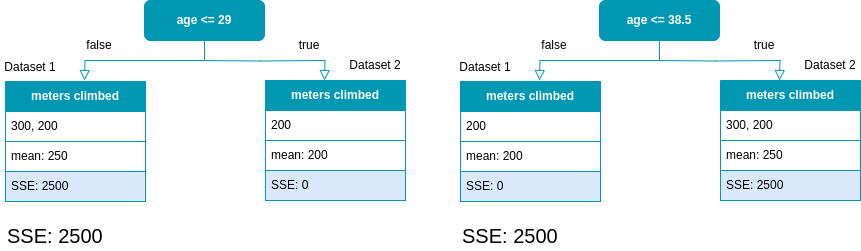
The draw.io diagram static/images/decision_tree/dt_regression_third_split.drawio.png in froukje/datamapu, before a commit. Source tidied: cells renumbered, new cells last; positions are measured from the earlier drawing's top-left corner, leaving out a move shared by most shapes. The source it was exported from:
```xml
<mxGraphModel>
  <root>
    <mxCell id="0" />
    <mxCell id="1" parent="0" />
    <mxCell id="2" style="rounded=0;html=1;jettySize=auto;fontSize=11;endArrow=block;endFill=0;endSize=8;strokeWidth=1;shadow=0;labelBackgroundColor=none;edgeStyle=orthogonalEdgeStyle;entryX=0.5;entryY=0;entryDx=0;entryDy=0;exitX=0.5;exitY=1;exitDx=0;exitDy=0;strokeColor=#0097B2;" parent="1" edge="1" source="3">
      <mxGeometry relative="1" as="geometry">
        <mxPoint x="84" y="80" as="targetPoint" />
      </mxGeometry>
    </mxCell>
    <mxCell id="3" value="&lt;font color=&quot;#ffffff&quot;&gt;&lt;b&gt;age &amp;lt;= 29&lt;/b&gt;&lt;/font&gt;" style="rounded=1;whiteSpace=wrap;html=1;fontSize=12;glass=0;strokeWidth=1;shadow=0;fillColor=#0097B2;strokeColor=#0097B2;" parent="1" vertex="1">
      <mxGeometry x="144" width="120" height="40" as="geometry" />
    </mxCell>
    <mxCell id="4" value="&lt;font color=&quot;#ffffff&quot;&gt;&lt;b&gt;meters climbed&lt;/b&gt;&lt;/font&gt;" style="swimlane;fontStyle=0;horizontal=1;startSize=30;whiteSpace=wrap;html=1;fillColor=#0097B2;strokeColor=#0097B2;" parent="1" vertex="1">
      <mxGeometry x="5" y="81" width="140" height="120" as="geometry" />
    </mxCell>
    <mxCell id="5" value="300, 200" style="text;strokeColor=#0097B2;fillColor=default;align=left;verticalAlign=middle;spacingLeft=4;spacingRight=4;overflow=hidden;whiteSpace=wrap;html=1;labelBackgroundColor=none;" parent="4" vertex="1">
      <mxGeometry y="30" width="140" height="30" as="geometry" />
    </mxCell>
    <mxCell id="6" value="mean: 250" style="text;strokeColor=#0097B2;fillColor=default;align=left;verticalAlign=middle;spacingLeft=4;spacingRight=4;overflow=hidden;whiteSpace=wrap;html=1;labelBorderColor=none;labelBackgroundColor=none;" parent="4" vertex="1">
      <mxGeometry y="60" width="140" height="30" as="geometry" />
    </mxCell>
    <mxCell id="7" value="SSE: 2500" style="text;strokeColor=#0097B2;fillColor=#dae8fc;align=left;verticalAlign=middle;spacingLeft=4;spacingRight=4;overflow=hidden;whiteSpace=wrap;html=1;" parent="4" vertex="1">
      <mxGeometry y="90" width="140" height="30" as="geometry" />
    </mxCell>
    <mxCell id="8" style="rounded=0;html=1;jettySize=auto;orthogonalLoop=1;fontSize=11;endArrow=block;endFill=0;endSize=8;strokeWidth=1;shadow=0;labelBackgroundColor=none;edgeStyle=orthogonalEdgeStyle;entryX=0.5;entryY=0;entryDx=0;entryDy=0;strokeColor=#0097B2;" parent="1" edge="1">
      <mxGeometry relative="1" as="geometry">
        <mxPoint x="195" y="60" as="sourcePoint" />
        <mxPoint x="324" y="80" as="targetPoint" />
      </mxGeometry>
    </mxCell>
    <mxCell id="9" value="Dataset 2" style="text;html=1;strokeColor=none;fillColor=none;align=center;verticalAlign=middle;whiteSpace=wrap;rounded=0;" parent="1" vertex="1">
      <mxGeometry x="345" y="50" width="60" height="30" as="geometry" />
    </mxCell>
    <mxCell id="10" value="true" style="text;html=1;strokeColor=none;fillColor=none;align=center;verticalAlign=middle;whiteSpace=wrap;rounded=0;" parent="1" vertex="1">
      <mxGeometry x="279" y="30" width="60" height="30" as="geometry" />
    </mxCell>
    <mxCell id="11" value="&lt;font color=&quot;#ffffff&quot;&gt;&lt;b&gt;meters climbed&lt;/b&gt;&lt;/font&gt;" style="swimlane;fontStyle=0;horizontal=1;startSize=30;whiteSpace=wrap;html=1;fillColor=#0097B2;strokeColor=#0097B2;" parent="1" vertex="1">
      <mxGeometry x="265" y="80" width="140" height="120" as="geometry" />
    </mxCell>
    <mxCell id="12" value="200" style="text;strokeColor=#0097B2;fillColor=default;align=left;verticalAlign=middle;spacingLeft=4;spacingRight=4;overflow=hidden;whiteSpace=wrap;html=1;labelBackgroundColor=none;" parent="11" vertex="1">
      <mxGeometry y="30" width="140" height="30" as="geometry" />
    </mxCell>
    <mxCell id="13" value="mean: 200" style="text;strokeColor=#0097B2;fillColor=default;align=left;verticalAlign=middle;spacingLeft=4;spacingRight=4;overflow=hidden;whiteSpace=wrap;html=1;labelBorderColor=none;labelBackgroundColor=none;" parent="11" vertex="1">
      <mxGeometry y="60" width="140" height="30" as="geometry" />
    </mxCell>
    <mxCell id="14" value="SSE: 0" style="text;strokeColor=#0097B2;fillColor=#dae8fc;align=left;verticalAlign=middle;spacingLeft=4;spacingRight=4;overflow=hidden;whiteSpace=wrap;html=1;" parent="11" vertex="1">
      <mxGeometry y="90" width="140" height="30" as="geometry" />
    </mxCell>
    <mxCell id="15" value="false" style="text;html=1;strokeColor=none;fillColor=none;align=center;verticalAlign=middle;whiteSpace=wrap;rounded=0;" parent="1" vertex="1">
      <mxGeometry x="69" y="30" width="60" height="30" as="geometry" />
    </mxCell>
    <mxCell id="16" value="Dataset 1" style="text;html=1;strokeColor=none;fillColor=none;align=center;verticalAlign=middle;whiteSpace=wrap;rounded=0;" parent="1" vertex="1">
      <mxGeometry y="52" width="60" height="30" as="geometry" />
    </mxCell>
    <mxCell id="17" value="SSE: 2500" style="text;html=1;strokeColor=none;fillColor=none;align=left;verticalAlign=middle;whiteSpace=wrap;rounded=0;fontSize=20;" parent="1" vertex="1">
      <mxGeometry x="5" y="220" width="240" height="30" as="geometry" />
    </mxCell>
    <mxCell id="18" style="rounded=0;html=1;jettySize=auto;fontSize=11;endArrow=block;endFill=0;endSize=8;strokeWidth=1;shadow=0;labelBackgroundColor=none;edgeStyle=orthogonalEdgeStyle;entryX=0.5;entryY=0;entryDx=0;entryDy=0;exitX=0.5;exitY=1;exitDx=0;exitDy=0;strokeColor=#0097B2;" parent="1" edge="1" source="19">
      <mxGeometry relative="1" as="geometry">
        <mxPoint x="539" y="80" as="targetPoint" />
      </mxGeometry>
    </mxCell>
    <mxCell id="19" value="&lt;font color=&quot;#ffffff&quot;&gt;&lt;b&gt;age &amp;lt;= 38.5&lt;/b&gt;&lt;/font&gt;" style="rounded=1;whiteSpace=wrap;html=1;fontSize=12;glass=0;strokeWidth=1;shadow=0;fillColor=#0097B2;strokeColor=#0097B2;" parent="1" vertex="1">
      <mxGeometry x="599" width="120" height="40" as="geometry" />
    </mxCell>
    <mxCell id="20" value="&lt;font color=&quot;#ffffff&quot;&gt;&lt;b&gt;meters climbed&lt;/b&gt;&lt;/font&gt;" style="swimlane;fontStyle=0;horizontal=1;startSize=30;whiteSpace=wrap;html=1;fillColor=#0097B2;strokeColor=#0097B2;" parent="1" vertex="1">
      <mxGeometry x="460" y="81" width="140" height="120" as="geometry" />
    </mxCell>
    <mxCell id="21" value="200" style="text;strokeColor=#0097B2;fillColor=default;align=left;verticalAlign=middle;spacingLeft=4;spacingRight=4;overflow=hidden;whiteSpace=wrap;html=1;labelBackgroundColor=none;" parent="20" vertex="1">
      <mxGeometry y="30" width="140" height="30" as="geometry" />
    </mxCell>
    <mxCell id="22" value="mean: 200" style="text;strokeColor=#0097B2;fillColor=default;align=left;verticalAlign=middle;spacingLeft=4;spacingRight=4;overflow=hidden;whiteSpace=wrap;html=1;labelBorderColor=none;labelBackgroundColor=none;" parent="20" vertex="1">
      <mxGeometry y="60" width="140" height="30" as="geometry" />
    </mxCell>
    <mxCell id="23" value="SSE: 0" style="text;strokeColor=#0097B2;fillColor=#dae8fc;align=left;verticalAlign=middle;spacingLeft=4;spacingRight=4;overflow=hidden;whiteSpace=wrap;html=1;" parent="20" vertex="1">
      <mxGeometry y="90" width="140" height="30" as="geometry" />
    </mxCell>
    <mxCell id="24" style="rounded=0;html=1;jettySize=auto;orthogonalLoop=1;fontSize=11;endArrow=block;endFill=0;endSize=8;strokeWidth=1;shadow=0;labelBackgroundColor=none;edgeStyle=orthogonalEdgeStyle;entryX=0.5;entryY=0;entryDx=0;entryDy=0;strokeColor=#0097B2;" parent="1" edge="1">
      <mxGeometry relative="1" as="geometry">
        <mxPoint x="650" y="60" as="sourcePoint" />
        <mxPoint x="779" y="80" as="targetPoint" />
      </mxGeometry>
    </mxCell>
    <mxCell id="25" value="Dataset 2" style="text;html=1;strokeColor=none;fillColor=none;align=center;verticalAlign=middle;whiteSpace=wrap;rounded=0;" parent="1" vertex="1">
      <mxGeometry x="800" y="50" width="60" height="30" as="geometry" />
    </mxCell>
    <mxCell id="26" value="true" style="text;html=1;strokeColor=none;fillColor=none;align=center;verticalAlign=middle;whiteSpace=wrap;rounded=0;" parent="1" vertex="1">
      <mxGeometry x="734" y="30" width="60" height="30" as="geometry" />
    </mxCell>
    <mxCell id="27" value="&lt;font color=&quot;#ffffff&quot;&gt;&lt;b&gt;meters climbed&lt;/b&gt;&lt;/font&gt;" style="swimlane;fontStyle=0;horizontal=1;startSize=30;whiteSpace=wrap;html=1;fillColor=#0097B2;strokeColor=#0097B2;" parent="1" vertex="1">
      <mxGeometry x="720" y="80" width="140" height="120" as="geometry" />
    </mxCell>
    <mxCell id="28" value="300, 200" style="text;strokeColor=#0097B2;fillColor=default;align=left;verticalAlign=middle;spacingLeft=4;spacingRight=4;overflow=hidden;whiteSpace=wrap;html=1;labelBackgroundColor=none;" parent="27" vertex="1">
      <mxGeometry y="30" width="140" height="30" as="geometry" />
    </mxCell>
    <mxCell id="29" value="mean: 250" style="text;strokeColor=#0097B2;fillColor=default;align=left;verticalAlign=middle;spacingLeft=4;spacingRight=4;overflow=hidden;whiteSpace=wrap;html=1;labelBorderColor=none;labelBackgroundColor=none;" parent="27" vertex="1">
      <mxGeometry y="60" width="140" height="30" as="geometry" />
    </mxCell>
    <mxCell id="30" value="SSE: 2500" style="text;strokeColor=#0097B2;fillColor=#dae8fc;align=left;verticalAlign=middle;spacingLeft=4;spacingRight=4;overflow=hidden;whiteSpace=wrap;html=1;" parent="27" vertex="1">
      <mxGeometry y="90" width="140" height="30" as="geometry" />
    </mxCell>
    <mxCell id="31" value="false" style="text;html=1;strokeColor=none;fillColor=none;align=center;verticalAlign=middle;whiteSpace=wrap;rounded=0;" parent="1" vertex="1">
      <mxGeometry x="524" y="30" width="60" height="30" as="geometry" />
    </mxCell>
    <mxCell id="32" value="Dataset 1" style="text;html=1;strokeColor=none;fillColor=none;align=center;verticalAlign=middle;whiteSpace=wrap;rounded=0;" parent="1" vertex="1">
      <mxGeometry x="455" y="52" width="60" height="30" as="geometry" />
    </mxCell>
    <mxCell id="33" value="SSE: 2500" style="text;html=1;strokeColor=none;fillColor=none;align=left;verticalAlign=middle;whiteSpace=wrap;rounded=0;fontSize=20;" parent="1" vertex="1">
      <mxGeometry x="460" y="220" width="240" height="30" as="geometry" />
    </mxCell>
  </root>
</mxGraphModel>
```
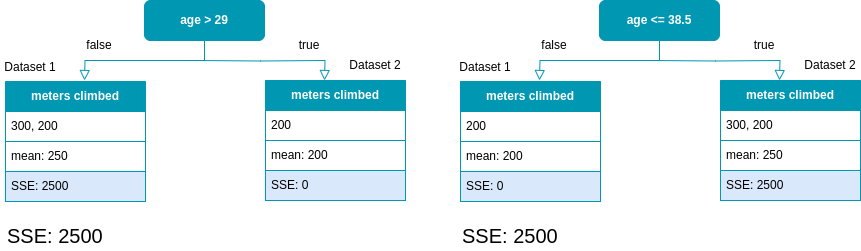
After the change.

What changed in the source:
```diff
@@ -7,7 +7,7 @@
         <mxPoint x="84" y="80" as="targetPoint" />
       </mxGeometry>
     </mxCell>
-    <mxCell id="3" value="&lt;font color=&quot;#ffffff&quot;&gt;&lt;b&gt;age &amp;lt;= 29&lt;/b&gt;&lt;/font&gt;" style="rounded=1;whiteSpace=wrap;html=1;fontSize=12;glass=0;strokeWidth=1;shadow=0;fillColor=#0097B2;strokeColor=#0097B2;" parent="1" vertex="1">
+    <mxCell id="3" value="&lt;font color=&quot;#ffffff&quot;&gt;&lt;b&gt;age &amp;gt; 29&lt;/b&gt;&lt;/font&gt;" style="rounded=1;whiteSpace=wrap;html=1;fontSize=12;glass=0;strokeWidth=1;shadow=0;fillColor=#0097B2;strokeColor=#0097B2;" parent="1" vertex="1">
       <mxGeometry x="144" width="120" height="40" as="geometry" />
     </mxCell>
     <mxCell id="4" value="&lt;font color=&quot;#ffffff&quot;&gt;&lt;b&gt;meters climbed&lt;/b&gt;&lt;/font&gt;" style="swimlane;fontStyle=0;horizontal=1;startSize=30;whiteSpace=wrap;html=1;fillColor=#0097B2;strokeColor=#0097B2;" parent="1" vertex="1">
```
